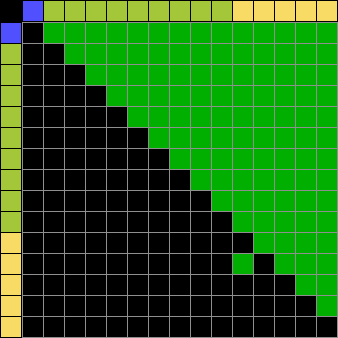
The Graphviz diagram full/dependencies.png in jin/android-projects, before a commit. Its source is kept beside it as full/dependencies.dot.
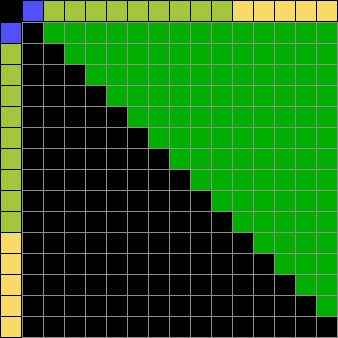
The same diagram one commit later.

What changed in the source:
```diff
@@ -10,7 +10,7 @@
   androidAppModule8 -> androidAppModule9, module0, module1, module2, module3, module4;
   androidAppModule9 -> module0, module1, module2, module3, module4;
   module0 -> module1, module2, module3, module4;
-  module1 -> module0, module2, module3, module4;
+  module1 -> module2, module3, module4;
   module2 -> module3, module4;
   module3 -> module4;
   module4;
```
